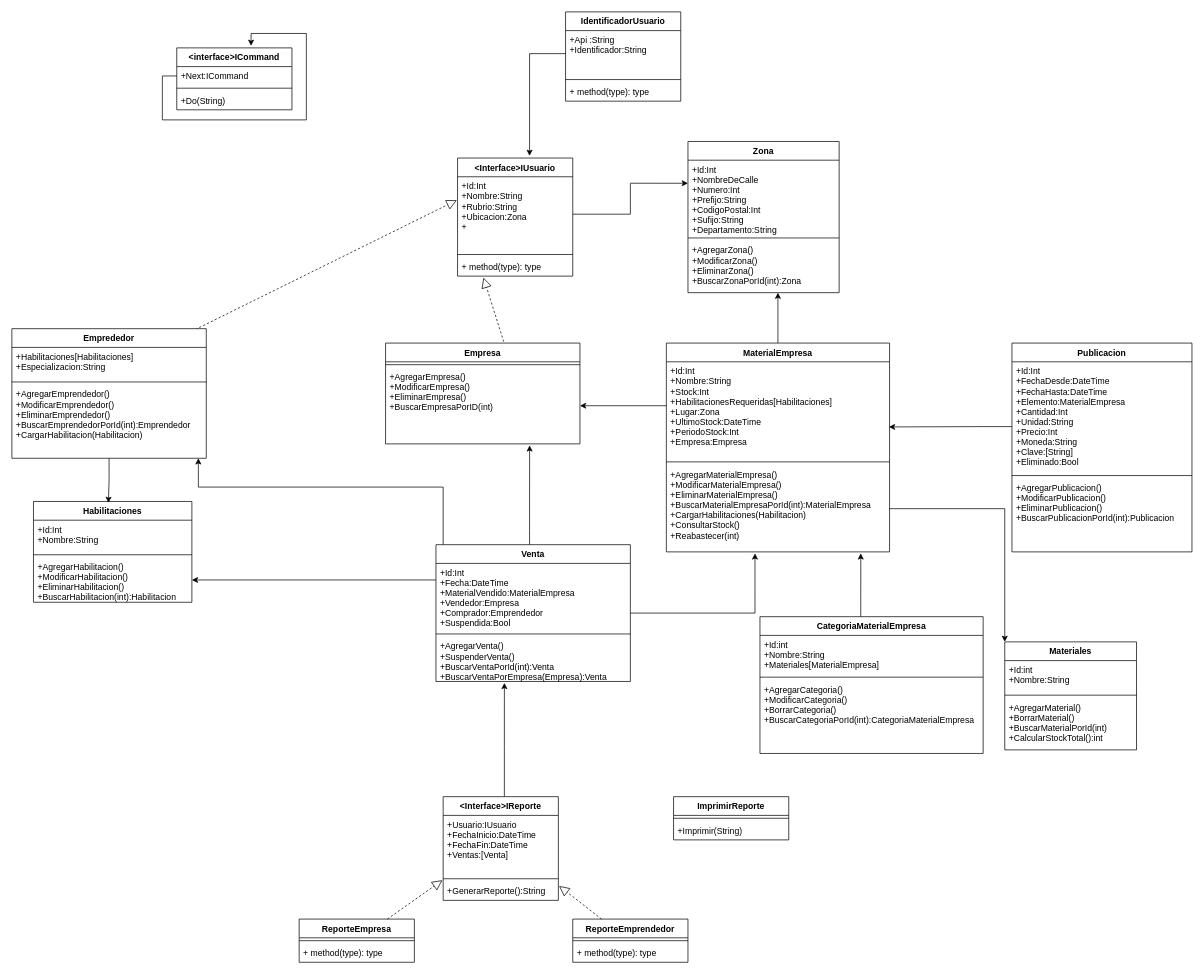
Earlier version of the draw.io diagram docs/UMLProyectoFinal.drawio (Combobulative-Designs/PII_Proyecto). Source tidied: cells renumbered, new cells numbered last; positions are measured from the earlier drawing's top-left corner, leaving out a move shared by most shapes. Both pictures are drawn from the tidied source at 72%, with x=0, y=0 at pixel (12, 12).
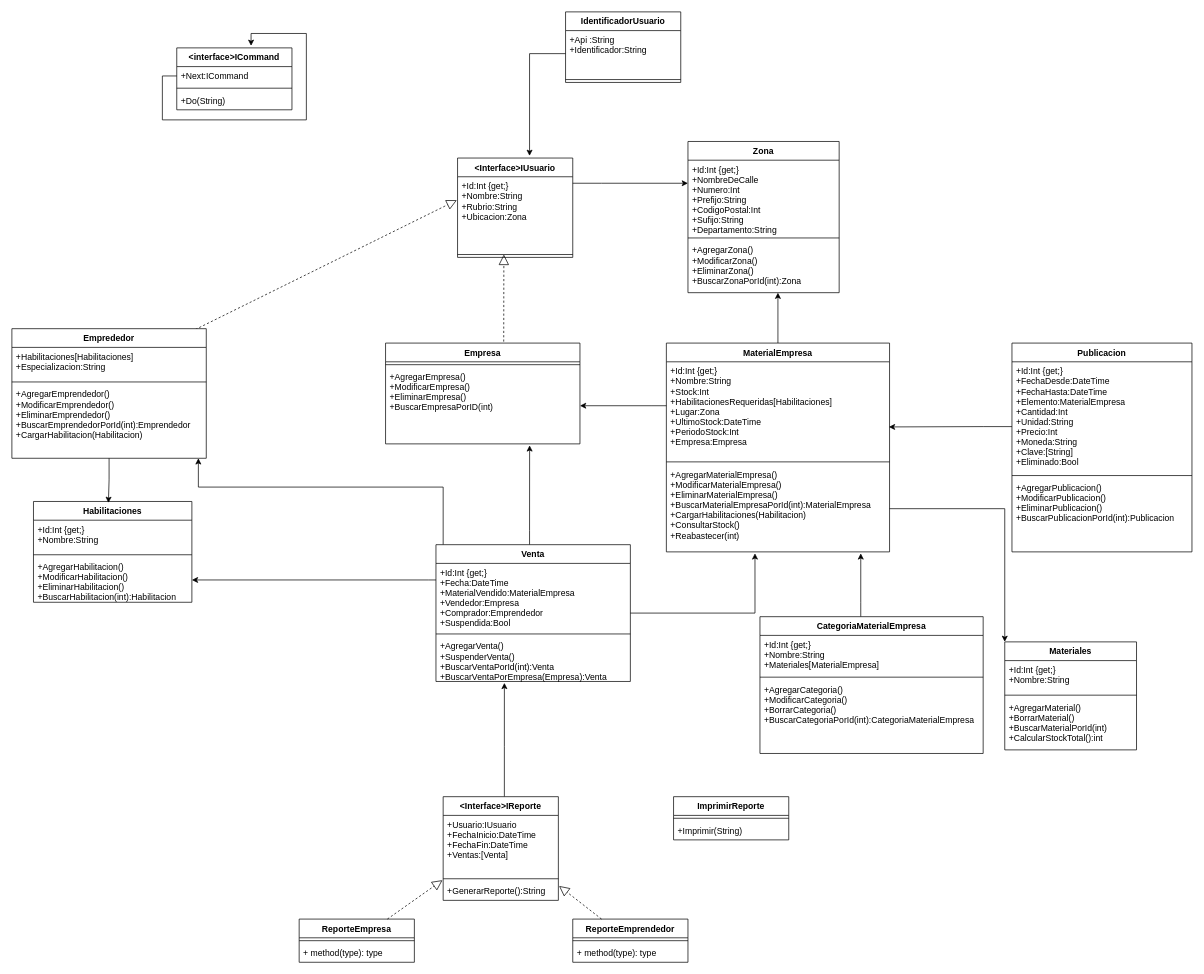
The same diagram, later.

Commit message:
Cambio en id de las clases UML

The change refers to these unchanged cells:
```xml
<mxCell id="7" value="MaterialEmpresa&#10;" style="swimlane;fontStyle=1;align=center;verticalAlign=top;horizontal=1;startSize=26;" parent="1" vertex="1">
  <mxGeometry x="909" y="460" width="310" height="290" as="geometry" />
</mxCell>
<mxCell id="15" value="Venta" style="swimlane;fontStyle=1;align=center;verticalAlign=top;horizontal=1;startSize=26;" parent="1" vertex="1">
  <mxGeometry x="589" y="740" width="270" height="190" as="geometry" />
</mxCell>
<mxCell id="19" value="Zona" style="swimlane;fontStyle=1;align=center;verticalAlign=top;horizontal=1;startSize=26;" parent="1" vertex="1">
  <mxGeometry x="939" y="180" width="210" height="210" as="geometry" />
</mxCell>
<mxCell id="45" value="Habilitaciones" style="swimlane;fontStyle=1;align=center;verticalAlign=top;horizontal=1;startSize=26;" parent="1" vertex="1">
  <mxGeometry x="30" y="680" width="220" height="140" as="geometry" />
</mxCell>
<mxCell id="54" value="Publicacion" style="swimlane;fontStyle=1;align=center;verticalAlign=top;horizontal=1;startSize=26;" parent="1" vertex="1">
  <mxGeometry x="1389" y="460" width="250" height="290" as="geometry" />
</mxCell>
<mxCell id="59" value="Materiales" style="swimlane;fontStyle=1;align=center;verticalAlign=top;horizontal=1;startSize=26;" parent="1" vertex="1">
  <mxGeometry x="1379" y="875" width="183" height="150" as="geometry" />
</mxCell>
<mxCell id="64" value="CategoriaMaterialEmpresa" style="swimlane;fontStyle=1;align=center;verticalAlign=top;horizontal=1;startSize=26;" parent="1" vertex="1">
  <mxGeometry x="1039" y="840" width="310" height="190" as="geometry" />
</mxCell>
```

What changed in the source:
```diff
@@
-    <mxCell id="8" value="+Id:Int&#10;+Nombre:String&#10;+Stock:Int&#10;+HabilitacionesRequeridas[Habilitaciones]&#10;+Lugar:Zona&#10;+UltimoStock:DateTime&#10;+PeriodoStock:Int&#10;+Empresa:Empresa&#10;" style="text;strokeColor=none;fillColor=none;align=left;verticalAlign=top;spacingLeft=4;spacingRight=4;overflow=hidden;points=[[0,0.5],[1,0.5]];portConstraint=eastwest;" parent="7" vertex="1">
+    <mxCell id="8" value="+Id:Int {get;}&#10;+Nombre:String&#10;+Stock:Int&#10;+HabilitacionesRequeridas[Habilitaciones]&#10;+Lugar:Zona&#10;+UltimoStock:DateTime&#10;+PeriodoStock:Int&#10;+Empresa:Empresa&#10;" style="text;strokeColor=none;fillColor=none;align=left;verticalAlign=top;spacingLeft=4;spacingRight=4;overflow=hidden;points=[[0,0.5],[1,0.5]];portConstraint=eastwest;" parent="7" vertex="1">
       <mxGeometry y="26" width="310" height="134" as="geometry" />
     </mxCell>
@@
-    <mxCell id="16" value="+Id:Int&#10;+Fecha:DateTime&#10;+MaterialVendido:MaterialEmpresa&#10;+Vendedor:Empresa&#10;+Comprador:Emprendedor&#10;+Suspendida:Bool" style="text;strokeColor=none;fillColor=none;align=left;verticalAlign=top;spacingLeft=4;spacingRight=4;overflow=hidden;" parent="15" vertex="1">
+    <mxCell id="16" value="+Id:Int {get;}&#10;+Fecha:DateTime&#10;+MaterialVendido:MaterialEmpresa&#10;+Vendedor:Empresa&#10;+Comprador:Emprendedor&#10;+Suspendida:Bool" style="text;strokeColor=none;fillColor=none;align=left;verticalAlign=top;spacingLeft=4;spacingRight=4;overflow=hidden;" parent="15" vertex="1">
       <mxGeometry y="26" width="270" height="94" as="geometry" />
     </mxCell>
@@
-    <mxCell id="20" value="+Id:Int&#10;+NombreDeCalle&#10;+Numero:Int&#10;+Prefijo:String&#10;+CodigoPostal:Int&#10;+Sufijo:String&#10;+Departamento:String" style="text;strokeColor=none;fillColor=none;align=left;verticalAlign=top;spacingLeft=4;spacingRight=4;overflow=hidden;points=[[0,0.5],[1,0.5]];portConstraint=eastwest;" parent="19" vertex="1">
+    <mxCell id="20" value="+Id:Int {get;}&#10;+NombreDeCalle&#10;+Numero:Int&#10;+Prefijo:String&#10;+CodigoPostal:Int&#10;+Sufijo:String&#10;+Departamento:String" style="text;strokeColor=none;fillColor=none;align=left;verticalAlign=top;spacingLeft=4;spacingRight=4;overflow=hidden;points=[[0,0.5],[1,0.5]];portConstraint=eastwest;" parent="19" vertex="1">
       <mxGeometry y="26" width="210" height="104" as="geometry" />
     </mxCell>
@@
     <mxCell id="23" value="&lt;Interface&gt;IUsuario" style="swimlane;fontStyle=1;align=center;verticalAlign=top;horizontal=1;startSize=26;" parent="1" vertex="1">
-      <mxGeometry x="619" y="203" width="160" height="164" as="geometry" />
+      <mxGeometry x="619" y="203" width="160" height="138" as="geometry" />
     </mxCell>
-    <mxCell id="24" value="+Id:Int&#10;+Nombre:String&#10;+Rubrio:String&#10;+Ubicacion:Zona&#10;+" style="text;strokeColor=none;fillColor=none;align=left;verticalAlign=top;spacingLeft=4;spacingRight=4;overflow=hidden;points=[[0,0.5],[1,0.5]];portConstraint=eastwest;" parent="23" vertex="1">
+    <mxCell id="24" value="+Id:Int {get;}&#10;+Nombre:String&#10;+Rubrio:String&#10;+Ubicacion:Zona&#10;" style="text;strokeColor=none;fillColor=none;align=left;verticalAlign=top;spacingLeft=4;spacingRight=4;overflow=hidden;points=[[0,0.5],[1,0.5]];portConstraint=eastwest;" parent="23" vertex="1">
       <mxGeometry y="26" width="160" height="104" as="geometry" />
     </mxCell>
@@
-    <mxCell id="26" value="+ method(type): type" style="text;strokeColor=none;fillColor=none;align=left;verticalAlign=top;spacingLeft=4;spacingRight=4;overflow=hidden;points=[[0,0.5],[1,0.5]];portConstraint=eastwest;" parent="23" vertex="1">
-      <mxGeometry y="138" width="160" height="26" as="geometry" />
-    </mxCell>
-    <mxCell id="27" style="endArrow=block;dashed=1;endFill=0;endSize=12;html=1;entryX=0.225;entryY=1.077;entryDx=0;entryDy=0;entryPerimeter=0;exitX=0.604;exitY=-0.014;exitDx=0;exitDy=0;exitPerimeter=0;" parent="1" edge="1" target="26">
+    <mxCell id="27" style="endArrow=block;dashed=1;endFill=0;endSize=12;html=1;entryX=0.402;entryY=1.038;entryDx=0;entryDy=0;entryPerimeter=0;exitX=0.604;exitY=-0.014;exitDx=0;exitDy=0;exitPerimeter=0;" parent="1" edge="1" target="24">
       <mxGeometry relative="1" as="geometry">
         <mxPoint x="683.1" y="458" as="sourcePoint" />
       </mxGeometry>
     </mxCell>
@@
-    <mxCell id="46" value="+Id:Int&#10;+Nombre:String&#10;" style="text;strokeColor=none;fillColor=none;align=left;verticalAlign=top;spacingLeft=4;spacingRight=4;overflow=hidden;" parent="45" vertex="1">
+    <mxCell id="46" value="+Id:Int {get;}&#10;+Nombre:String&#10;" style="text;strokeColor=none;fillColor=none;align=left;verticalAlign=top;spacingLeft=4;spacingRight=4;overflow=hidden;" parent="45" vertex="1">
       <mxGeometry y="26" width="220" height="44" as="geometry" />
     </mxCell>
@@
-    <mxCell id="55" value="+Id:Int&#10;+FechaDesde:DateTime&#10;+FechaHasta:DateTime&#10;+Elemento:MaterialEmpresa&#10;+Cantidad:Int&#10;+Unidad:String&#10;+Precio:Int&#10;+Moneda:String&#10;+Clave:[String]&#10;+Eliminado:Bool&#10;&#10;&#10;&#10;" style="text;strokeColor=none;fillColor=none;align=left;verticalAlign=top;spacingLeft=4;spacingRight=4;overflow=hidden;points=[[0,0.5],[1,0.5]];portConstraint=eastwest;" parent="54" vertex="1">
+    <mxCell id="55" value="+Id:Int {get;}&#10;+FechaDesde:DateTime&#10;+FechaHasta:DateTime&#10;+Elemento:MaterialEmpresa&#10;+Cantidad:Int&#10;+Unidad:String&#10;+Precio:Int&#10;+Moneda:String&#10;+Clave:[String]&#10;+Eliminado:Bool&#10;&#10;&#10;&#10;" style="text;strokeColor=none;fillColor=none;align=left;verticalAlign=top;spacingLeft=4;spacingRight=4;overflow=hidden;points=[[0,0.5],[1,0.5]];portConstraint=eastwest;" parent="54" vertex="1">
       <mxGeometry y="26" width="250" height="154" as="geometry" />
     </mxCell>
@@
-    <mxCell id="60" value="+Id:int&#10;+Nombre:String&#10;" style="text;strokeColor=none;fillColor=none;align=left;verticalAlign=top;spacingLeft=4;spacingRight=4;overflow=hidden;" parent="59" vertex="1">
+    <mxCell id="60" value="+Id:Int {get;}&#10;+Nombre:String&#10;" style="text;strokeColor=none;fillColor=none;align=left;verticalAlign=top;spacingLeft=4;spacingRight=4;overflow=hidden;" parent="59" vertex="1">
       <mxGeometry y="26" width="183" height="44" as="geometry" />
     </mxCell>
@@
-    <mxCell id="65" value="+Id:int&#10;+Nombre:String&#10;+Materiales[MaterialEmpresa]" style="text;strokeColor=none;fillColor=none;align=left;verticalAlign=top;spacingLeft=4;spacingRight=4;overflow=hidden;" parent="64" vertex="1">
+    <mxCell id="65" value="+Id:Int {get;}&#10;+Nombre:String&#10;+Materiales[MaterialEmpresa]" style="text;strokeColor=none;fillColor=none;align=left;verticalAlign=top;spacingLeft=4;spacingRight=4;overflow=hidden;" parent="64" vertex="1">
       <mxGeometry y="26" width="310" height="54" as="geometry" />
     </mxCell>
@@
     <mxCell id="69" style="edgeStyle=orthogonalEdgeStyle;rounded=0;jettySize=auto;html=1;entryX=0;entryY=0.308;entryDx=0;entryDy=0;entryPerimeter=0;" parent="1" edge="1" source="24" target="20">
-      <mxGeometry relative="1" as="geometry" />
+      <mxGeometry relative="1" as="geometry">
+        <Array as="points">
+          <mxPoint x="819" y="238" />
+          <mxPoint x="819" y="238" />
+        </Array>
+      </mxGeometry>
     </mxCell>
     <mxCell id="70" value="IdentificadorUsuario" style="swimlane;fontStyle=1;align=center;verticalAlign=top;horizontal=1;startSize=26;" parent="1" vertex="1">
-      <mxGeometry x="769" width="160" height="124" as="geometry" />
+      <mxGeometry x="769" width="160" height="98" as="geometry" />
     </mxCell>
@@
-    <mxCell id="73" value="+ method(type): type" style="text;strokeColor=none;fillColor=none;align=left;verticalAlign=top;spacingLeft=4;spacingRight=4;overflow=hidden;" parent="70" vertex="1">
-      <mxGeometry y="98" width="160" height="26" as="geometry" />
-    </mxCell>
```
